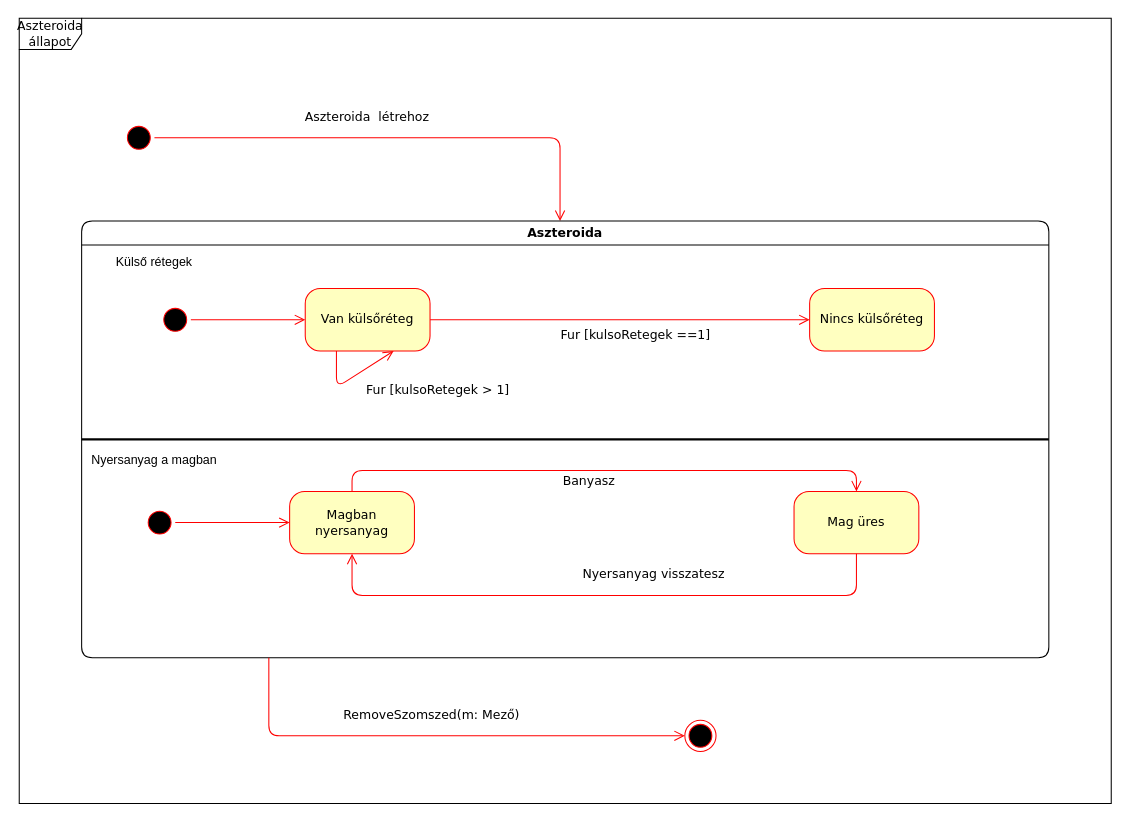
Before: doc/uml/Aszteroida_allapot.drawio in torpeBoiGo/aszteroidabanyaszat, a draw.io diagram. Source tidied: cells renumbered, new cells numbered last; positions are measured from the earlier drawing's top-left corner, leaving out a move shared by most shapes. Both pictures are drawn from the tidied source at 104%, with x=0, y=0 at pixel (19, 18).
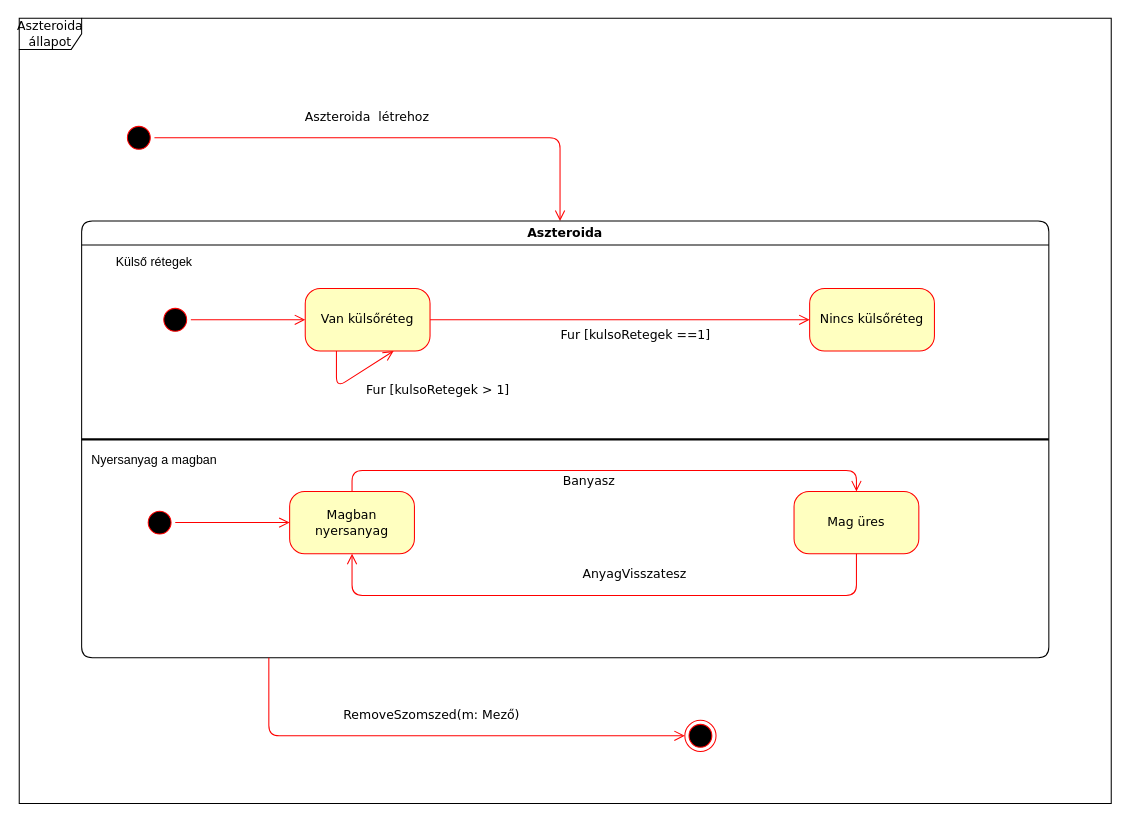
The same page after the edit.

Unchanged cells that the change refers to:
```xml
<mxCell id="14" value="Mag üres" style="rounded=1;whiteSpace=wrap;html=1;arcSize=24;fillColor=#ffffc0;strokeColor=#ff0000;shadow=0;comic=0;labelBackgroundColor=none;fontFamily=Verdana;fontSize=12;fontColor=#000000;align=center;" parent="1" vertex="1">
  <mxGeometry x="745" y="455" width="120" height="60" as="geometry" />
</mxCell>
<mxCell id="17" value="Magban nyersanyag" style="rounded=1;whiteSpace=wrap;html=1;arcSize=24;fillColor=#ffffc0;strokeColor=#ff0000;shadow=0;comic=0;labelBackgroundColor=none;fontFamily=Verdana;fontSize=12;fontColor=#000000;align=center;" parent="1" vertex="1">
  <mxGeometry x="260" y="455" width="120" height="60" as="geometry" />
</mxCell>
```

Diff of the diagram source:
```diff
@@
-    <mxCell id="18" value="Nyersanyag visszatesz" style="edgeStyle=elbowEdgeStyle;html=1;labelBackgroundColor=none;endArrow=open;endSize=8;strokeColor=#ff0000;fontFamily=Verdana;fontSize=12;align=left;exitX=0.5;exitY=1;exitDx=0;exitDy=0;entryX=0.5;entryY=1;entryDx=0;entryDy=0;" parent="1" edge="1" source="14" target="17">
+    <mxCell id="18" value="AnyagVisszatesz" style="edgeStyle=elbowEdgeStyle;html=1;labelBackgroundColor=none;endArrow=open;endSize=8;strokeColor=#ff0000;fontFamily=Verdana;fontSize=12;align=left;exitX=0.5;exitY=1;exitDx=0;exitDy=0;entryX=0.5;entryY=1;entryDx=0;entryDy=0;" parent="1" edge="1" source="14" target="17">
       <mxGeometry x="0.08" y="-20" relative="1" as="geometry">
         <Array as="points">
           <mxPoint x="560" y="555" />
         </Array>
       </mxGeometry>
     </mxCell>
```
